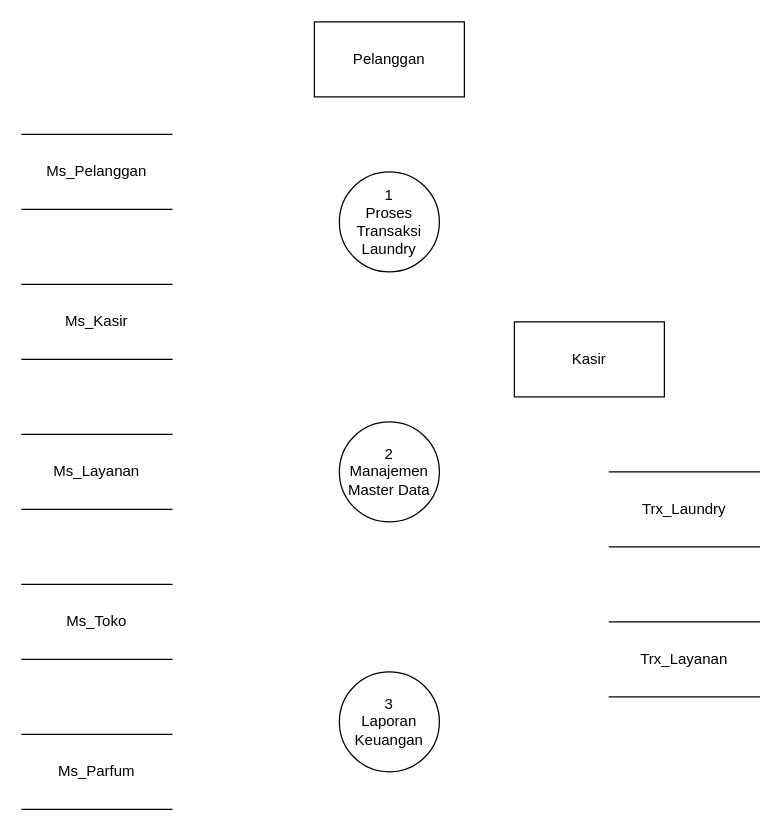
Before: DFD1.drawio in xnoname2003/flowchart, a draw.io diagram. Source tidied: cells renumbered, new cells numbered last; positions are measured from the earlier drawing's top-left corner, leaving out a move shared by most shapes. Both pictures are drawn from the tidied source at 125%, with x=0, y=0 at pixel (21, 21).
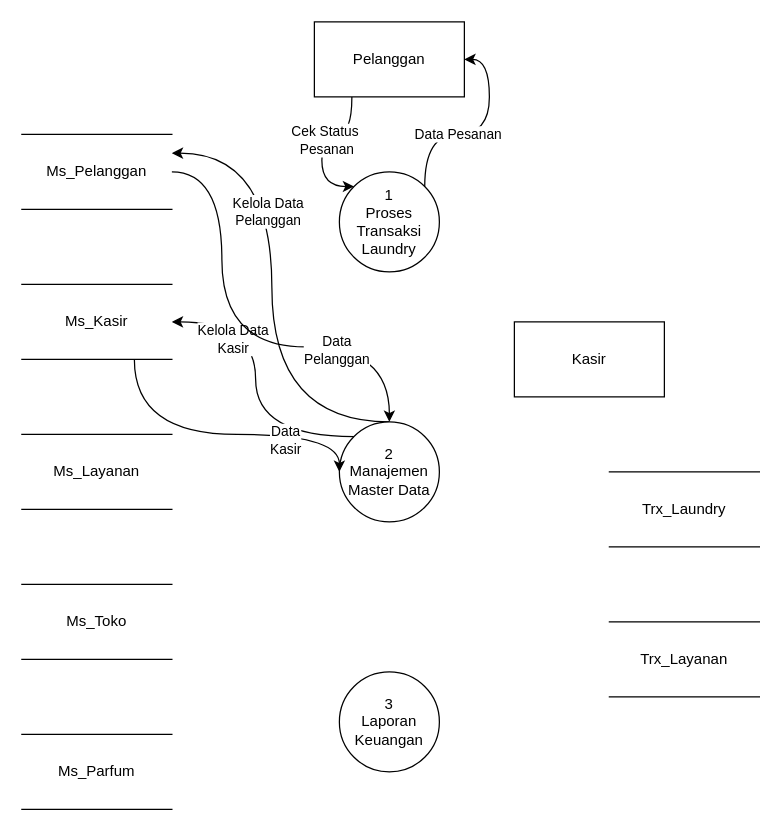
The same diagram, later.

The change refers to these unchanged cells:
```xml
<mxCell id="2" value="&lt;div&gt;1&lt;/div&gt;&lt;div&gt;Proses&lt;/div&gt;&lt;div&gt;Transaksi&lt;/div&gt;&lt;div&gt;Laundry&lt;/div&gt;" style="ellipse;whiteSpace=wrap;html=1;" parent="1" vertex="1">
  <mxGeometry x="254" y="120" width="80" height="80" as="geometry" />
</mxCell>
<mxCell id="3" value="&lt;div&gt;2&lt;/div&gt;&lt;div&gt;Manajemen&lt;/div&gt;&lt;div&gt;Master Data&lt;/div&gt;" style="ellipse;whiteSpace=wrap;html=1;" parent="1" vertex="1">
  <mxGeometry x="254" y="320" width="80" height="80" as="geometry" />
</mxCell>
<mxCell id="5" value="Pelanggan" style="rounded=0;whiteSpace=wrap;html=1;" parent="1" vertex="1">
  <mxGeometry x="234" width="120" height="60" as="geometry" />
</mxCell>
<mxCell id="7" value="Ms_Pelanggan" style="shape=partialRectangle;whiteSpace=wrap;html=1;left=0;right=0;fillColor=none;" parent="1" vertex="1">
  <mxGeometry y="90" width="120" height="60" as="geometry" />
</mxCell>
<mxCell id="8" value="Ms_Kasir" style="shape=partialRectangle;whiteSpace=wrap;html=1;left=0;right=0;fillColor=none;" parent="1" vertex="1">
  <mxGeometry y="210" width="120" height="60" as="geometry" />
</mxCell>
```

What changed in the source:
```diff
@@
+    <mxCell id="14" style="edgeStyle=orthogonalEdgeStyle;shape=connector;curved=1;rounded=0;jettySize=auto;html=1;exitX=1;exitY=0;exitDx=0;exitDy=0;entryX=1;entryY=0.5;entryDx=0;entryDy=0;strokeColor=default;align=center;verticalAlign=middle;fontFamily=Helvetica;fontSize=11;fontColor=default;labelBackgroundColor=default;endArrow=classic;" parent="1" edge="1" source="2" target="5">
+      <mxGeometry relative="1" as="geometry" />
+    </mxCell>
+    <mxCell id="15" value="Data Pesanan" style="edgeLabel;html=1;align=center;verticalAlign=middle;fontFamily=Helvetica;fontSize=11;fontColor=default;labelBackgroundColor=default;" parent="14" vertex="1">
+      <mxGeometry x="-0.21" y="1" relative="1" as="geometry" />
+    </mxCell>
@@
+    <mxCell id="16" style="edgeStyle=orthogonalEdgeStyle;shape=connector;curved=1;rounded=0;jettySize=auto;html=1;exitX=0.5;exitY=0;exitDx=0;exitDy=0;entryX=1;entryY=0.25;entryDx=0;entryDy=0;strokeColor=default;align=center;verticalAlign=middle;fontFamily=Helvetica;fontSize=11;fontColor=default;labelBackgroundColor=default;endArrow=classic;" parent="1" edge="1" source="3" target="7">
+      <mxGeometry relative="1" as="geometry">
+        <Array as="points">
+          <mxPoint x="200" y="320" />
+          <mxPoint x="200" y="105" />
+        </Array>
+      </mxGeometry>
+    </mxCell>
+    <mxCell id="17" value="Kelola Data&lt;br&gt;Pelanggan" style="edgeLabel;html=1;align=center;verticalAlign=middle;fontFamily=Helvetica;fontSize=11;fontColor=default;labelBackgroundColor=default;" parent="16" vertex="1">
+      <mxGeometry x="0.35" y="4" relative="1" as="geometry" />
+    </mxCell>
+    <mxCell id="18" style="edgeStyle=orthogonalEdgeStyle;shape=connector;curved=1;rounded=0;jettySize=auto;html=1;exitX=0;exitY=0;exitDx=0;exitDy=0;entryX=1;entryY=0.5;entryDx=0;entryDy=0;strokeColor=default;align=center;verticalAlign=middle;fontFamily=Helvetica;fontSize=11;fontColor=default;labelBackgroundColor=default;endArrow=classic;" parent="1" edge="1" source="3" target="8">
+      <mxGeometry relative="1" as="geometry" />
+    </mxCell>
+    <mxCell id="19" value="Kelola Data&lt;br&gt;Kasir" style="edgeLabel;html=1;align=center;verticalAlign=middle;fontFamily=Helvetica;fontSize=11;fontColor=default;labelBackgroundColor=default;" parent="18" vertex="1">
+      <mxGeometry x="0.59" y="13" relative="1" as="geometry" />
+    </mxCell>
@@
+    <mxCell id="20" style="edgeStyle=orthogonalEdgeStyle;rounded=0;jettySize=auto;html=1;exitX=0.25;exitY=1;exitDx=0;exitDy=0;entryX=0;entryY=0;entryDx=0;entryDy=0;curved=1;" parent="1" edge="1" source="5" target="2">
+      <mxGeometry relative="1" as="geometry">
+        <Array as="points">
+          <mxPoint x="264" y="90" />
+          <mxPoint x="240" y="90" />
+          <mxPoint x="240" y="132" />
+        </Array>
+      </mxGeometry>
+    </mxCell>
+    <mxCell id="21" value="Cek Status&amp;nbsp;&lt;div&gt;Pesanan&lt;/div&gt;" style="edgeLabel;html=1;align=center;verticalAlign=middle;" parent="20" vertex="1">
+      <mxGeometry x="-0.04" y="3" relative="1" as="geometry" />
+    </mxCell>
@@
+    <mxCell id="22" style="edgeStyle=orthogonalEdgeStyle;shape=connector;curved=1;rounded=0;jettySize=auto;html=1;exitX=1;exitY=0.5;exitDx=0;exitDy=0;entryX=0.5;entryY=0;entryDx=0;entryDy=0;strokeColor=default;align=center;verticalAlign=middle;fontFamily=Helvetica;fontSize=11;fontColor=default;labelBackgroundColor=default;endArrow=classic;" parent="1" edge="1" source="7" target="3">
+      <mxGeometry relative="1" as="geometry">
+        <Array as="points">
+          <mxPoint x="160" y="120" />
+          <mxPoint x="160" y="260" />
+          <mxPoint x="294" y="260" />
+        </Array>
+      </mxGeometry>
+    </mxCell>
+    <mxCell id="23" value="Data&lt;div&gt;Pelanggan&lt;/div&gt;" style="edgeLabel;html=1;align=center;verticalAlign=middle;fontFamily=Helvetica;fontSize=11;fontColor=default;labelBackgroundColor=default;" parent="22" vertex="1">
+      <mxGeometry x="0.45" y="-2" relative="1" as="geometry" />
+    </mxCell>
@@
+    <mxCell id="24" style="edgeStyle=orthogonalEdgeStyle;shape=connector;curved=1;rounded=0;jettySize=auto;html=1;exitX=0.75;exitY=1;exitDx=0;exitDy=0;entryX=0;entryY=0.5;entryDx=0;entryDy=0;strokeColor=default;align=center;verticalAlign=middle;fontFamily=Helvetica;fontSize=11;fontColor=default;labelBackgroundColor=default;endArrow=classic;" parent="1" edge="1" source="8" target="3">
+      <mxGeometry relative="1" as="geometry">
+        <Array as="points">
+          <mxPoint x="90" y="330" />
+          <mxPoint x="254" y="330" />
+        </Array>
+      </mxGeometry>
+    </mxCell>
+    <mxCell id="25" value="Data&lt;br&gt;Kasir" style="edgeLabel;html=1;align=center;verticalAlign=middle;fontFamily=Helvetica;fontSize=11;fontColor=default;labelBackgroundColor=default;" parent="24" vertex="1">
+      <mxGeometry x="0.42" y="-4" relative="1" as="geometry" />
+    </mxCell>
```
